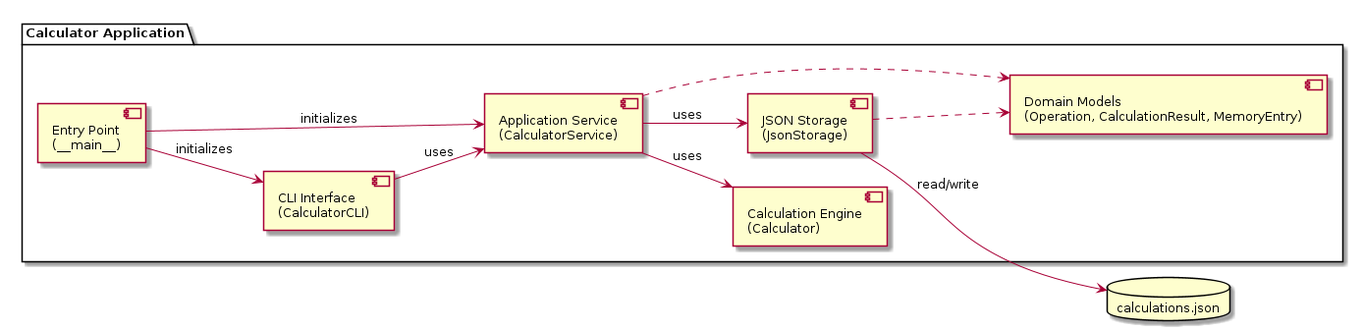
Above: experiments/pipeline/structured_text/calculator/artifacts/component_diagram.png in DanielRiha8906/Software_autoevolution_using_agents (PlantUML), before the change. Its source is kept beside it as experiments/pipeline/structured_text/calculator/artifacts/component_diagram.puml. The source it was exported from:
```plantuml
@startuml component_diagram

skinparam componentStyle uml2
skinparam defaultFontSize 13
left to right direction

package "Calculator Application" {

    component "Entry Point\n(__main__)" as Main
    component "CLI Interface\n(CalculatorCLI)" as CLI
    component "Application Service\n(CalculatorService)" as Service
    component "Calculation Engine\n(Calculator)" as Calc
    component "JSON Storage\n(JsonStorage)" as Store
    component "Domain Models\n(Operation, CalculationResult, MemoryEntry)" as Models

    Main --> CLI : initializes
    Main --> Service : initializes

    CLI --> Service : uses
    Service --> Calc : uses
    Service --> Store : uses

    Service ..> Models
    Store ..> Models
}

database "calculations.json" as DB

Store --> DB : read/write

@enduml
```
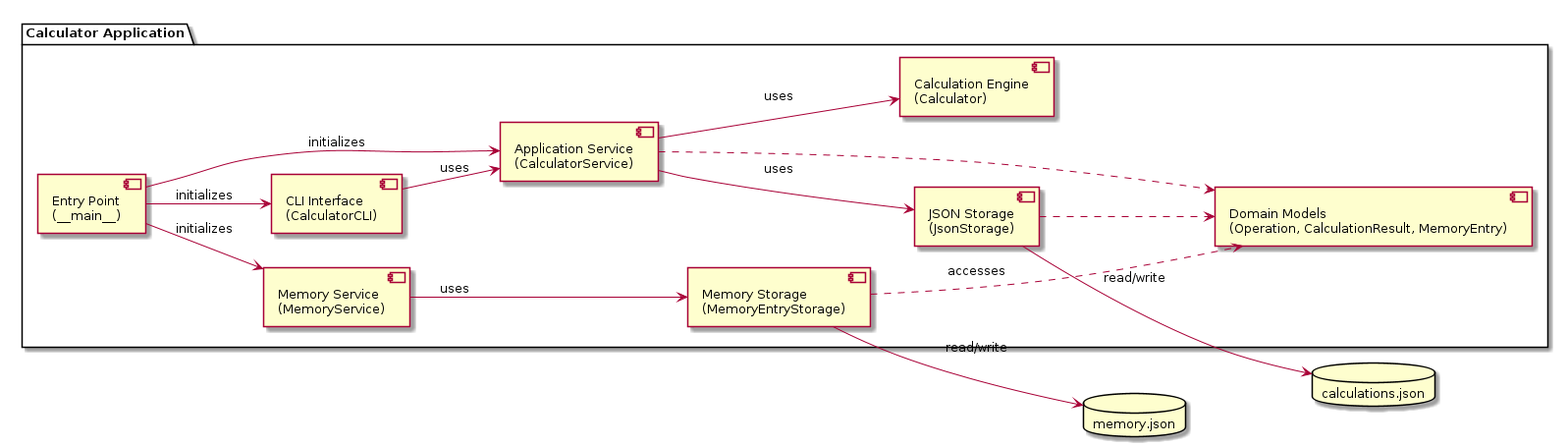
The same file after the commit.

Diff of the diagram source:
```diff
@@ -11,21 +11,29 @@
     component "Application Service\n(CalculatorService)" as Service
     component "Calculation Engine\n(Calculator)" as Calc
     component "JSON Storage\n(JsonStorage)" as Store
+    component "Memory Service\n(MemoryService)" as MemService
+    component "Memory Storage\n(MemoryEntryStorage)" as MemStore
     component "Domain Models\n(Operation, CalculationResult, MemoryEntry)" as Models
 
     Main --> CLI : initializes
     Main --> Service : initializes
+    Main --> MemService : initializes
 
     CLI --> Service : uses
     Service --> Calc : uses
     Service --> Store : uses
+
+    MemService --> MemStore : uses
+    MemStore ..> Models : accesses
 
     Service ..> Models
     Store ..> Models
 }
 
 database "calculations.json" as DB
+database "memory.json" as MemDB
 
 Store --> DB : read/write
+MemStore --> MemDB : read/write
 
 @enduml
```
